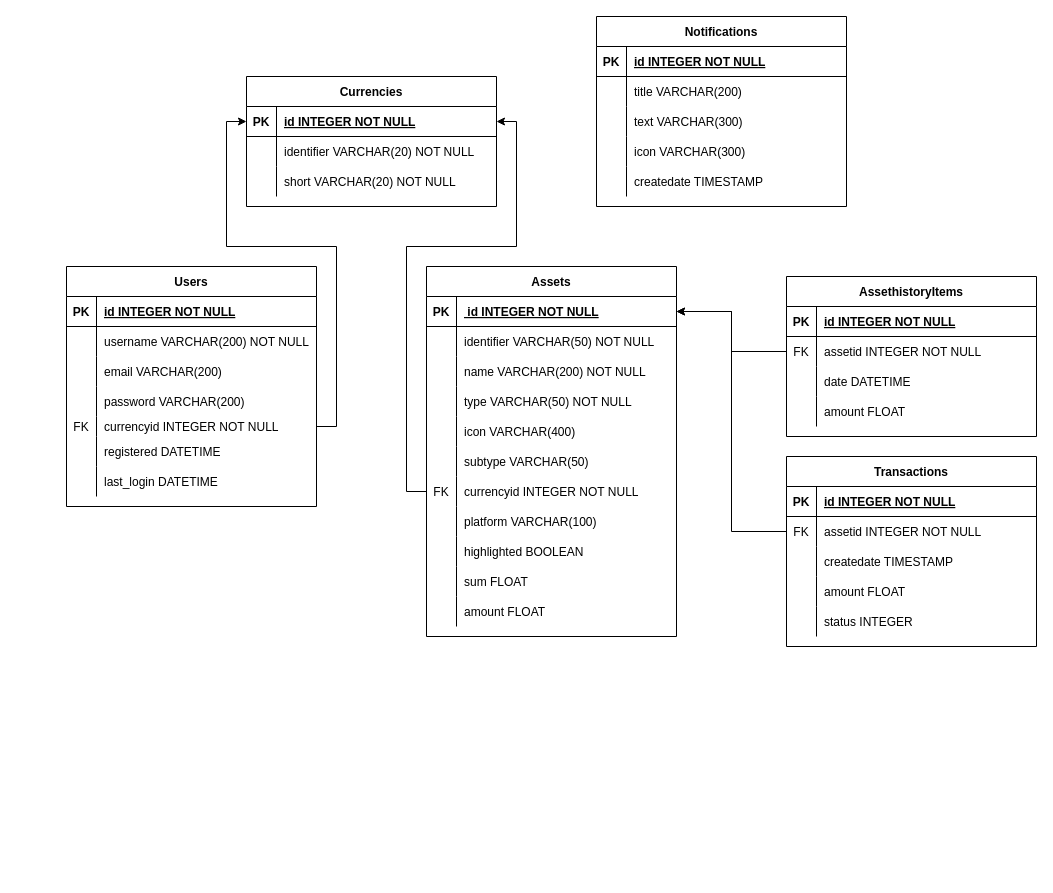
Jennow/asset_tracker_api keeps this draw.io diagram as asset_tracker.drawio. Above is the earlier version. Source tidied: cells renumbered, new cells numbered last; positions are measured from the earlier drawing's top-left corner, leaving out a move shared by most shapes. Both pictures are drawn from the tidied source at 100%, with x=0, y=0 at pixel (66, 16).
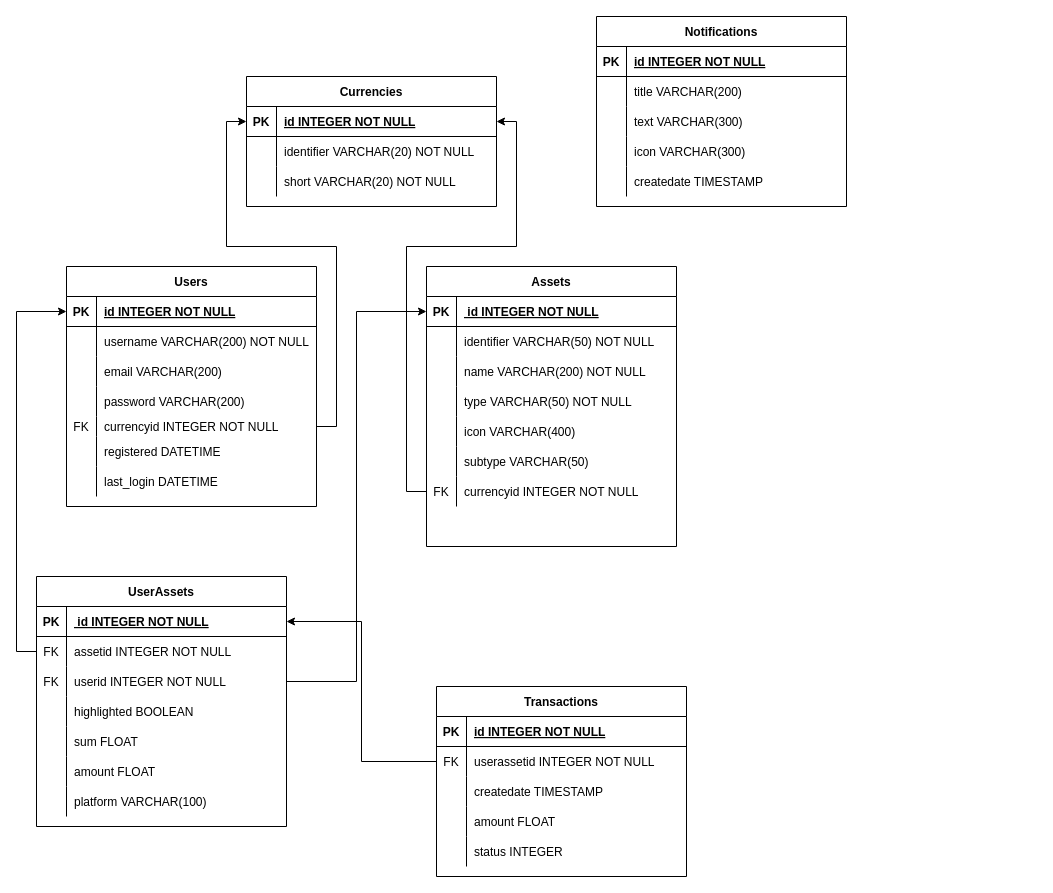
Above is the later version.

Unchanged cells that the change refers to:
```xml
<mxCell id="13" style="shape=partialRectangle;fillColor=none;points=[[0,0.5],[1,0.5]];portConstraint=eastwest;top=0;left=0;right=0;bottom=1;" parent="12" vertex="1">
  <mxGeometry y="30" width="250" height="30" as="geometry" />
</mxCell>
<mxCell id="47" style="shape=partialRectangle;fillColor=none;points=[[0,0.5],[1,0.5]];portConstraint=eastwest;top=0;left=0;right=0;bottom=1;" parent="46" vertex="1">
  <mxGeometry y="30" width="250" height="30" as="geometry" />
</mxCell>
<mxCell id="72" style="shape=partialRectangle;fillColor=none;points=[[0,0.5],[1,0.5]];portConstraint=eastwest;top=0;left=0;right=0;bottom=0;" parent="68" vertex="1">
  <mxGeometry y="60" width="250" height="30" as="geometry" />
</mxCell>
```

Diff of the diagram source:
```diff
@@
     <mxCell id="12" value="Assets" style="shape=table;startSize=30;childLayout=tableLayout;rowLines=0;fontStyle=1;align=center;" parent="1" vertex="1">
-      <mxGeometry x="360" y="250" width="250" height="370" as="geometry" />
+      <mxGeometry x="360" y="250" width="250" height="280" as="geometry" />
     </mxCell>
@@
-    <mxCell id="34" style="shape=partialRectangle;fillColor=none;top=0;left=0;right=0;bottom=0;" parent="12" vertex="1">
-      <mxGeometry y="240" width="250" height="30" as="geometry" />
-    </mxCell>
-    <mxCell id="35" style="shape=partialRectangle;overflow=hidden;fillColor=none;top=0;left=0;bottom=0;right=0;" parent="34" vertex="1">
-      <mxGeometry width="30" height="30" as="geometry" />
-    </mxCell>
-    <mxCell id="36" value="platform VARCHAR(100)" style="shape=partialRectangle;overflow=hidden;fillColor=none;top=0;left=0;bottom=0;right=0;align=left;spacingLeft=6;" parent="34" vertex="1">
-      <mxGeometry x="30" width="220" height="30" as="geometry" />
-    </mxCell>
-    <mxCell id="37" style="shape=partialRectangle;fillColor=none;top=0;left=0;right=0;bottom=0;" parent="12" vertex="1">
-      <mxGeometry y="270" width="250" height="30" as="geometry" />
-    </mxCell>
-    <mxCell id="38" style="shape=partialRectangle;overflow=hidden;fillColor=none;top=0;left=0;bottom=0;right=0;" parent="37" vertex="1">
-      <mxGeometry width="30" height="30" as="geometry" />
-    </mxCell>
-    <mxCell id="39" value="highlighted BOOLEAN" style="shape=partialRectangle;overflow=hidden;fillColor=none;top=0;left=0;bottom=0;right=0;align=left;spacingLeft=6;" parent="37" vertex="1">
-      <mxGeometry x="30" width="220" height="30" as="geometry" />
-    </mxCell>
-    <mxCell id="40" style="shape=partialRectangle;fillColor=none;top=0;left=0;right=0;bottom=0;" parent="12" vertex="1">
-      <mxGeometry y="300" width="250" height="30" as="geometry" />
-    </mxCell>
-    <mxCell id="41" style="shape=partialRectangle;overflow=hidden;fillColor=none;top=0;left=0;bottom=0;right=0;" parent="40" vertex="1">
-      <mxGeometry width="30" height="30" as="geometry" />
-    </mxCell>
-    <mxCell id="42" value="sum FLOAT" style="shape=partialRectangle;overflow=hidden;fillColor=none;top=0;left=0;bottom=0;right=0;align=left;spacingLeft=6;" parent="40" vertex="1">
-      <mxGeometry x="30" width="220" height="30" as="geometry" />
-    </mxCell>
-    <mxCell id="43" style="shape=partialRectangle;fillColor=none;top=0;left=0;right=0;bottom=0;" parent="12" vertex="1">
-      <mxGeometry y="330" width="250" height="30" as="geometry" />
-    </mxCell>
-    <mxCell id="44" style="shape=partialRectangle;overflow=hidden;fillColor=none;top=0;left=0;bottom=0;right=0;" parent="43" vertex="1">
-      <mxGeometry width="30" height="30" as="geometry" />
-    </mxCell>
-    <mxCell id="45" value="amount FLOAT" style="shape=partialRectangle;overflow=hidden;fillColor=none;top=0;left=0;bottom=0;right=0;align=left;spacingLeft=6;" parent="43" vertex="1">
-      <mxGeometry x="30" width="220" height="30" as="geometry" />
-    </mxCell>
@@
     <mxCell id="68" value="Transactions" style="shape=table;startSize=30;childLayout=tableLayout;rowLines=0;fontStyle=1;align=center;" parent="1" vertex="1">
-      <mxGeometry x="720" y="440" width="250" height="190" as="geometry" />
+      <mxGeometry x="370" y="670" width="250" height="190" as="geometry" />
     </mxCell>
@@
-    <mxCell id="74" value="assetid INTEGER NOT NULL" style="shape=partialRectangle;overflow=hidden;fillColor=none;top=0;left=0;bottom=0;right=0;align=left;spacingLeft=6;" parent="72" vertex="1">
+    <mxCell id="74" value="userassetid INTEGER NOT NULL" style="shape=partialRectangle;overflow=hidden;fillColor=none;top=0;left=0;bottom=0;right=0;align=left;spacingLeft=6;" parent="72" vertex="1">
       <mxGeometry x="30" width="220" height="30" as="geometry" />
     </mxCell>
@@
-    <mxCell id="84" value="AssethistoryItems" style="shape=table;startSize=30;childLayout=tableLayout;rowLines=0;fontStyle=1;align=center;" parent="1" vertex="1">
-      <mxGeometry x="720" y="260" width="250" height="160" as="geometry" />
-    </mxCell>
-    <mxCell id="85" style="shape=partialRectangle;fillColor=none;points=[[0,0.5],[1,0.5]];portConstraint=eastwest;top=0;left=0;right=0;bottom=1;" parent="84" vertex="1">
-      <mxGeometry y="30" width="250" height="30" as="geometry" />
-    </mxCell>
-    <mxCell id="86" value="PK" style="shape=partialRectangle;overflow=hidden;fillColor=none;top=0;left=0;bottom=0;right=0;fontStyle=1;" parent="85" vertex="1">
-      <mxGeometry width="30" height="30" as="geometry" />
-    </mxCell>
-    <mxCell id="87" value="id INTEGER NOT NULL " style="shape=partialRectangle;overflow=hidden;fillColor=none;top=0;left=0;bottom=0;right=0;align=left;spacingLeft=6;fontStyle=5;" parent="85" vertex="1">
-      <mxGeometry x="30" width="220" height="30" as="geometry" />
-    </mxCell>
-    <mxCell id="88" style="shape=partialRectangle;fillColor=none;points=[[0,0.5],[1,0.5]];portConstraint=eastwest;top=0;left=0;right=0;bottom=0;" parent="84" vertex="1">
-      <mxGeometry y="60" width="250" height="30" as="geometry" />
-    </mxCell>
-    <mxCell id="89" value="FK" style="shape=partialRectangle;overflow=hidden;fillColor=none;top=0;left=0;bottom=0;right=0;" parent="88" vertex="1">
-      <mxGeometry width="30" height="30" as="geometry" />
-    </mxCell>
-    <mxCell id="90" value="assetid INTEGER NOT NULL" style="shape=partialRectangle;overflow=hidden;fillColor=none;top=0;left=0;bottom=0;right=0;align=left;spacingLeft=6;" parent="88" vertex="1">
-      <mxGeometry x="30" width="220" height="30" as="geometry" />
-    </mxCell>
-    <mxCell id="91" style="shape=partialRectangle;fillColor=none;points=[[0,0.5],[1,0.5]];portConstraint=eastwest;top=0;left=0;right=0;bottom=0;" parent="84" vertex="1">
-      <mxGeometry y="90" width="250" height="30" as="geometry" />
-    </mxCell>
-    <mxCell id="92" style="shape=partialRectangle;overflow=hidden;fillColor=none;top=0;left=0;bottom=0;right=0;" parent="91" vertex="1">
-      <mxGeometry width="30" height="30" as="geometry" />
-    </mxCell>
-    <mxCell id="93" value="date DATETIME" style="shape=partialRectangle;overflow=hidden;fillColor=none;top=0;left=0;bottom=0;right=0;align=left;spacingLeft=6;" parent="91" vertex="1">
-      <mxGeometry x="30" width="220" height="30" as="geometry" />
-    </mxCell>
-    <mxCell id="94" style="shape=partialRectangle;fillColor=none;top=0;left=0;right=0;bottom=0;" parent="84" vertex="1">
-      <mxGeometry y="120" width="250" height="30" as="geometry" />
-    </mxCell>
-    <mxCell id="95" style="shape=partialRectangle;overflow=hidden;fillColor=none;top=0;left=0;bottom=0;right=0;" parent="94" vertex="1">
-      <mxGeometry width="30" height="30" as="geometry" />
-    </mxCell>
-    <mxCell id="96" value="amount FLOAT" style="shape=partialRectangle;overflow=hidden;fillColor=none;top=0;left=0;bottom=0;right=0;align=left;spacingLeft=6;" parent="94" vertex="1">
-      <mxGeometry x="30" width="220" height="30" as="geometry" />
-    </mxCell>
@@
-    <mxCell id="115" style="edgeStyle=orthogonalEdgeStyle;rounded=0;jettySize=auto;html=1;entryX=1;entryY=0.5;entryDx=0;entryDy=0;" parent="1" edge="1" source="88" target="13">
-      <mxGeometry relative="1" as="geometry" />
-    </mxCell>
-    <mxCell id="116" style="edgeStyle=orthogonalEdgeStyle;rounded=0;jettySize=auto;html=1;exitX=0;exitY=0.5;exitDx=0;exitDy=0;entryX=1;entryY=0.5;entryDx=0;entryDy=0;" parent="1" edge="1" source="72" target="13">
+    <mxCell id="116" style="edgeStyle=orthogonalEdgeStyle;rounded=0;jettySize=auto;html=1;exitX=0;exitY=0.5;exitDx=0;exitDy=0;entryX=1;entryY=0.5;entryDx=0;entryDy=0;" parent="1" edge="1" source="72" target="85">
       <mxGeometry relative="1" as="geometry" />
     </mxCell>
+    <mxCell id="117" value="UserAssets" style="shape=table;startSize=30;childLayout=tableLayout;rowLines=0;fontStyle=1;align=center;" parent="1" vertex="1">
+      <mxGeometry x="-30" y="560" width="250" height="250" as="geometry" />
+    </mxCell>
+    <mxCell id="85" style="shape=partialRectangle;fillColor=none;points=[[0,0.5],[1,0.5]];portConstraint=eastwest;top=0;left=0;right=0;bottom=1;" parent="117" vertex="1">
+      <mxGeometry y="30" width="250" height="30" as="geometry" />
+    </mxCell>
+    <mxCell id="86" value="PK" style="shape=partialRectangle;overflow=hidden;fillColor=none;top=0;left=0;bottom=0;right=0;fontStyle=1;" parent="85" vertex="1">
+      <mxGeometry width="30" height="30" as="geometry" />
+    </mxCell>
+    <mxCell id="87" value=" id INTEGER NOT NULL " style="shape=partialRectangle;overflow=hidden;fillColor=none;top=0;left=0;bottom=0;right=0;align=left;spacingLeft=6;fontStyle=5;" parent="85" vertex="1">
+      <mxGeometry x="30" width="220" height="30" as="geometry" />
+    </mxCell>
+    <mxCell id="88" style="shape=partialRectangle;fillColor=none;points=[[0,0.5],[1,0.5]];portConstraint=eastwest;top=0;left=0;right=0;bottom=0;" parent="117" vertex="1">
+      <mxGeometry y="60" width="250" height="30" as="geometry" />
+    </mxCell>
+    <mxCell id="118" value="FK" style="shape=partialRectangle;overflow=hidden;fillColor=none;top=0;left=0;bottom=0;right=0;" parent="88" vertex="1">
+      <mxGeometry width="30" height="30" as="geometry" />
+    </mxCell>
+    <mxCell id="90" value="assetid INTEGER NOT NULL" style="shape=partialRectangle;overflow=hidden;fillColor=none;top=0;left=0;bottom=0;right=0;align=left;spacingLeft=6;" parent="88" vertex="1">
+      <mxGeometry x="30" width="220" height="30" as="geometry" />
+    </mxCell>
+    <mxCell id="91" style="shape=partialRectangle;fillColor=none;points=[[0,0.5],[1,0.5]];portConstraint=eastwest;top=0;left=0;right=0;bottom=0;" parent="117" vertex="1">
+      <mxGeometry y="90" width="250" height="30" as="geometry" />
+    </mxCell>
+    <mxCell id="119" value="FK" style="shape=partialRectangle;overflow=hidden;fillColor=none;top=0;left=0;bottom=0;right=0;" parent="91" vertex="1">
+      <mxGeometry width="30" height="30" as="geometry" />
+    </mxCell>
+    <mxCell id="120" value="userid INTEGER NOT NULL" style="shape=partialRectangle;overflow=hidden;fillColor=none;top=0;left=0;bottom=0;right=0;align=left;spacingLeft=6;" parent="91" vertex="1">
+      <mxGeometry x="30" width="220" height="30" as="geometry" />
+    </mxCell>
+    <mxCell id="94" style="shape=partialRectangle;fillColor=none;top=0;left=0;right=0;bottom=0;" parent="117" vertex="1">
+      <mxGeometry y="120" width="250" height="30" as="geometry" />
+    </mxCell>
+    <mxCell id="121" style="shape=partialRectangle;overflow=hidden;fillColor=none;top=0;left=0;bottom=0;right=0;" parent="94" vertex="1">
+      <mxGeometry width="30" height="30" as="geometry" />
+    </mxCell>
+    <mxCell id="39" value="highlighted BOOLEAN" style="shape=partialRectangle;overflow=hidden;fillColor=none;top=0;left=0;bottom=0;right=0;align=left;spacingLeft=6;" parent="94" vertex="1">
+      <mxGeometry x="30" width="220" height="30" as="geometry" />
+    </mxCell>
+    <mxCell id="122" style="shape=partialRectangle;fillColor=none;top=0;left=0;right=0;bottom=0;" parent="117" vertex="1">
+      <mxGeometry y="150" width="250" height="30" as="geometry" />
+    </mxCell>
+    <mxCell id="123" style="shape=partialRectangle;overflow=hidden;fillColor=none;top=0;left=0;bottom=0;right=0;" parent="122" vertex="1">
+      <mxGeometry width="30" height="30" as="geometry" />
+    </mxCell>
+    <mxCell id="42" value="sum FLOAT" style="shape=partialRectangle;overflow=hidden;fillColor=none;top=0;left=0;bottom=0;right=0;align=left;spacingLeft=6;" parent="122" vertex="1">
+      <mxGeometry x="30" width="220" height="30" as="geometry" />
+    </mxCell>
+    <mxCell id="124" style="shape=partialRectangle;fillColor=none;top=0;left=0;right=0;bottom=0;" parent="117" vertex="1">
+      <mxGeometry y="180" width="250" height="30" as="geometry" />
+    </mxCell>
+    <mxCell id="125" style="shape=partialRectangle;overflow=hidden;fillColor=none;top=0;left=0;bottom=0;right=0;" parent="124" vertex="1">
+      <mxGeometry width="30" height="30" as="geometry" />
+    </mxCell>
+    <mxCell id="126" value="amount FLOAT" style="shape=partialRectangle;overflow=hidden;fillColor=none;top=0;left=0;bottom=0;right=0;align=left;spacingLeft=6;" parent="124" vertex="1">
+      <mxGeometry x="30" width="220" height="30" as="geometry" />
+    </mxCell>
+    <mxCell id="127" style="shape=partialRectangle;fillColor=none;top=0;left=0;right=0;bottom=0;" parent="117" vertex="1">
+      <mxGeometry y="210" width="250" height="30" as="geometry" />
+    </mxCell>
+    <mxCell id="128" style="shape=partialRectangle;overflow=hidden;fillColor=none;top=0;left=0;bottom=0;right=0;" parent="127" vertex="1">
+      <mxGeometry width="30" height="30" as="geometry" />
+    </mxCell>
+    <mxCell id="36" value="platform VARCHAR(100)" style="shape=partialRectangle;overflow=hidden;fillColor=none;top=0;left=0;bottom=0;right=0;align=left;spacingLeft=6;" parent="127" vertex="1">
+      <mxGeometry x="30" width="220" height="30" as="geometry" />
+    </mxCell>
+    <mxCell id="129" style="edgeStyle=orthogonalEdgeStyle;rounded=0;jettySize=auto;html=1;exitX=0;exitY=0.5;exitDx=0;exitDy=0;entryX=0;entryY=0.5;entryDx=0;entryDy=0;" parent="1" edge="1" source="88" target="47">
+      <mxGeometry relative="1" as="geometry" />
+    </mxCell>
+    <mxCell id="130" style="edgeStyle=orthogonalEdgeStyle;rounded=0;jettySize=auto;html=1;exitX=1;exitY=0.5;exitDx=0;exitDy=0;entryX=0;entryY=0.5;entryDx=0;entryDy=0;" parent="1" edge="1" source="91" target="13">
+      <mxGeometry relative="1" as="geometry" />
+    </mxCell>
```
